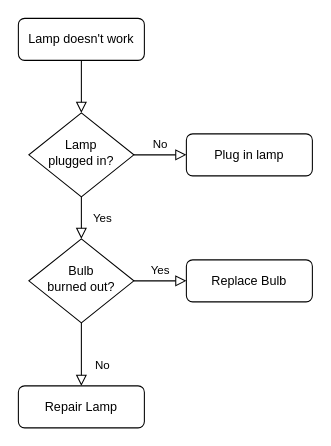
Before: pc_p01.drawio in jam23541/myDraws, a draw.io diagram. Source tidied: cells renumbered, new cells numbered last; positions are measured from the earlier drawing's top-left corner, leaving out a move shared by most shapes. Both pictures are drawn from the tidied source at 105%, with x=0, y=0 at pixel (18, 18).
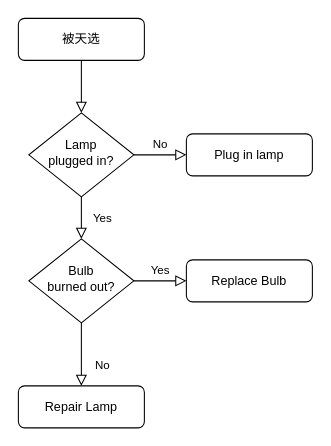
After the change.

What changed in the source:
```diff
@@
 <mxGraphModel>
   <root>
     <mxCell id="0" />
     <mxCell id="1" parent="0" />
     <mxCell id="2" style="rounded=0;html=1;jettySize=auto;fontSize=11;endArrow=block;endFill=0;endSize=8;strokeWidth=1;shadow=0;labelBackgroundColor=none;edgeStyle=orthogonalEdgeStyle;" parent="1" edge="1" source="3" target="6">
       <mxGeometry relative="1" as="geometry" />
     </mxCell>
-    <mxCell id="3" value="Lamp doesn't work" style="rounded=1;whiteSpace=wrap;html=1;fontSize=12;glass=0;strokeWidth=1;shadow=0;" parent="1" vertex="1">
+    <mxCell id="3" value="被天选" style="rounded=1;whiteSpace=wrap;html=1;fontSize=12;glass=0;strokeWidth=1;shadow=0;" parent="1" vertex="1">
       <mxGeometry width="120" height="40" as="geometry" />
     </mxCell>
     <mxCell id="4" value="Yes" style="rounded=0;html=1;jettySize=auto;fontSize=11;endArrow=block;endFill=0;endSize=8;strokeWidth=1;shadow=0;labelBackgroundColor=none;edgeStyle=orthogonalEdgeStyle;" parent="1" edge="1" source="6" target="10">
       <mxGeometry y="20" relative="1" as="geometry" />
     </mxCell>
     <mxCell id="5" value="No" style="edgeStyle=orthogonalEdgeStyle;rounded=0;html=1;jettySize=auto;fontSize=11;endArrow=block;endFill=0;endSize=8;strokeWidth=1;shadow=0;labelBackgroundColor=none;" parent="1" edge="1" source="6" target="7">
       <mxGeometry y="10" relative="1" as="geometry" />
     </mxCell>
     <mxCell id="6" value="Lamp&lt;br&gt;plugged in?" style="rhombus;whiteSpace=wrap;html=1;shadow=0;fontFamily=Helvetica;fontSize=12;align=center;strokeWidth=1;spacing=6;spacingTop=-4;" parent="1" vertex="1">
       <mxGeometry x="10" y="90" width="100" height="80" as="geometry" />
     </mxCell>
     <mxCell id="7" value="Plug in lamp" style="rounded=1;whiteSpace=wrap;html=1;fontSize=12;glass=0;strokeWidth=1;shadow=0;" parent="1" vertex="1">
       <mxGeometry x="160" y="110" width="120" height="40" as="geometry" />
     </mxCell>
     <mxCell id="8" value="No" style="rounded=0;html=1;jettySize=auto;fontSize=11;endArrow=block;endFill=0;endSize=8;strokeWidth=1;shadow=0;labelBackgroundColor=none;edgeStyle=orthogonalEdgeStyle;" parent="1" edge="1" source="10" target="11">
       <mxGeometry x="0.33" y="20" relative="1" as="geometry" />
     </mxCell>
     <mxCell id="9" value="Yes" style="edgeStyle=orthogonalEdgeStyle;rounded=0;html=1;jettySize=auto;fontSize=11;endArrow=block;endFill=0;endSize=8;strokeWidth=1;shadow=0;labelBackgroundColor=none;" parent="1" edge="1" source="10" target="12">
       <mxGeometry y="10" relative="1" as="geometry" />
     </mxCell>
     <mxCell id="10" value="Bulb&lt;br&gt;burned out?" style="rhombus;whiteSpace=wrap;html=1;shadow=0;fontFamily=Helvetica;fontSize=12;align=center;strokeWidth=1;spacing=6;spacingTop=-4;" parent="1" vertex="1">
       <mxGeometry x="10" y="210" width="100" height="80" as="geometry" />
     </mxCell>
     <mxCell id="11" value="Repair Lamp" style="rounded=1;whiteSpace=wrap;html=1;fontSize=12;glass=0;strokeWidth=1;shadow=0;" parent="1" vertex="1">
       <mxGeometry y="350" width="120" height="40" as="geometry" />
     </mxCell>
     <mxCell id="12" value="Replace Bulb" style="rounded=1;whiteSpace=wrap;html=1;fontSize=12;glass=0;strokeWidth=1;shadow=0;" parent="1" vertex="1">
       <mxGeometry x="160" y="230" width="120" height="40" as="geometry" />
     </mxCell>
   </root>
 </mxGraphModel>
```
